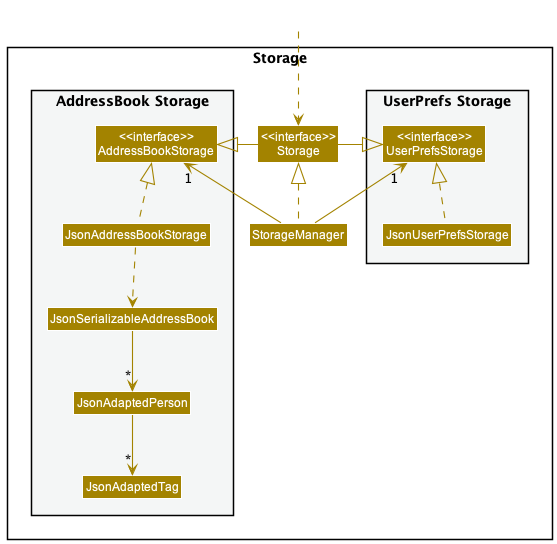
Before: docs/images/StorageClassDiagram.png, a diagram exported from PlantUML (nus-cs2103-AY2223S1/tp).
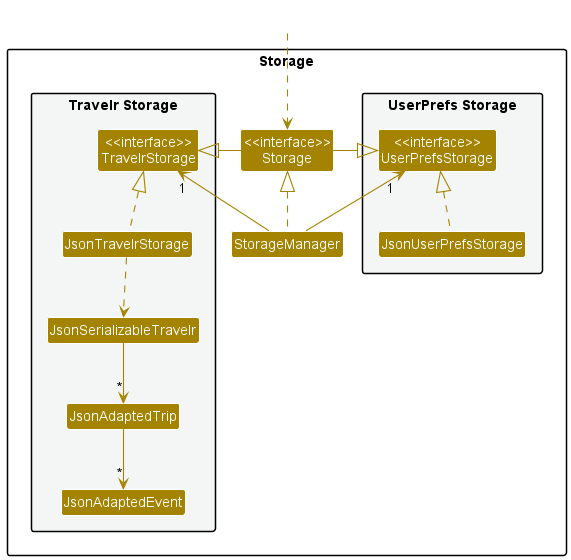
After the change.

Commit message:
Update UI for summary command

Change to the diagram source:
```diff
@@ -14,12 +14,12 @@
 Class "<<interface>>\nStorage" as Storage
 Class StorageManager
 
-package "AddressBook Storage" #F4F6F6{
-Class "<<interface>>\nAddressBookStorage" as AddressBookStorage
-Class JsonAddressBookStorage
-Class JsonSerializableAddressBook
-Class JsonAdaptedPerson
-Class JsonAdaptedTag
+package "Travelr Storage" #F4F6F6{
+Class "<<interface>>\nTravelrStorage" as TravelrStorage
+Class JsonTravelrStorage
+Class JsonSerializableTravelr
+Class JsonAdaptedTrip
+Class JsonAdaptedEvent
 }
 
 }
@@ -29,15 +29,15 @@
 
 StorageManager .up.|> Storage
 StorageManager -up-> "1" UserPrefsStorage
-StorageManager -up-> "1" AddressBookStorage
+StorageManager -up-> "1" TravelrStorage
 
 Storage -left-|> UserPrefsStorage
-Storage -right-|> AddressBookStorage
+Storage -right-|> TravelrStorage
 
 JsonUserPrefsStorage .up.|> UserPrefsStorage
-JsonAddressBookStorage .up.|> AddressBookStorage
-JsonAddressBookStorage ..> JsonSerializableAddressBook
-JsonSerializableAddressBook --> "*" JsonAdaptedPerson
-JsonAdaptedPerson --> "*" JsonAdaptedTag
+JsonTravelrStorage .up.|> TravelrStorage
+JsonTravelrStorage ..> JsonSerializableTravelr
+JsonSerializableTravelr --> "*" JsonAdaptedTrip
+JsonAdaptedTrip --> "*" JsonAdaptedEvent
 
 @enduml
```
